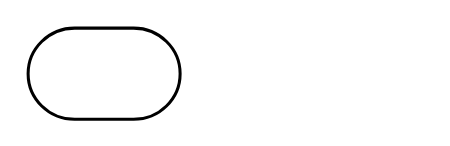
Earlier version of the draw.io diagram idea插件流程图.drawio (zmjzmjzmj8/draw-io). Source tidied: cells renumbered, new cells numbered last; positions are measured from the earlier drawing's top-left corner, leaving out a move shared by most shapes. Both pictures are drawn from the tidied source at 152%, with x=0, y=0 at pixel (27, 27).
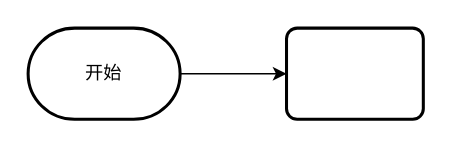
Above is the later version.

Commit message (it also covers changes not shown here):
更新idea插件流程图.drawio

Change to the diagram source:
```diff
@@
 <mxGraphModel>
   <root>
     <mxCell id="0" />
     <mxCell id="1" parent="0" />
+    <mxCell id="3" style="edgeStyle=orthogonalEdgeStyle;rounded=0;jettySize=auto;html=1;entryX=0;entryY=0.5;entryDx=0;entryDy=0;" parent="1" edge="1" source="2" target="4">
+      <mxGeometry relative="1" as="geometry" />
+    </mxCell>
-    <mxCell id="2" style="strokeWidth=2;html=1;shape=mxgraph.flowchart.terminator;whiteSpace=wrap;" parent="1" vertex="1">
+    <mxCell id="2" value="开始" style="strokeWidth=2;html=1;shape=mxgraph.flowchart.terminator;whiteSpace=wrap;" parent="1" vertex="1">
       <mxGeometry width="100" height="60" as="geometry" />
     </mxCell>
+    <mxCell id="4" style="rounded=1;whiteSpace=wrap;html=1;absoluteArcSize=1;arcSize=14;strokeWidth=2;" parent="1" vertex="1">
+      <mxGeometry x="170" width="90" height="60" as="geometry" />
+    </mxCell>
   </root>
 </mxGraphModel>
```
